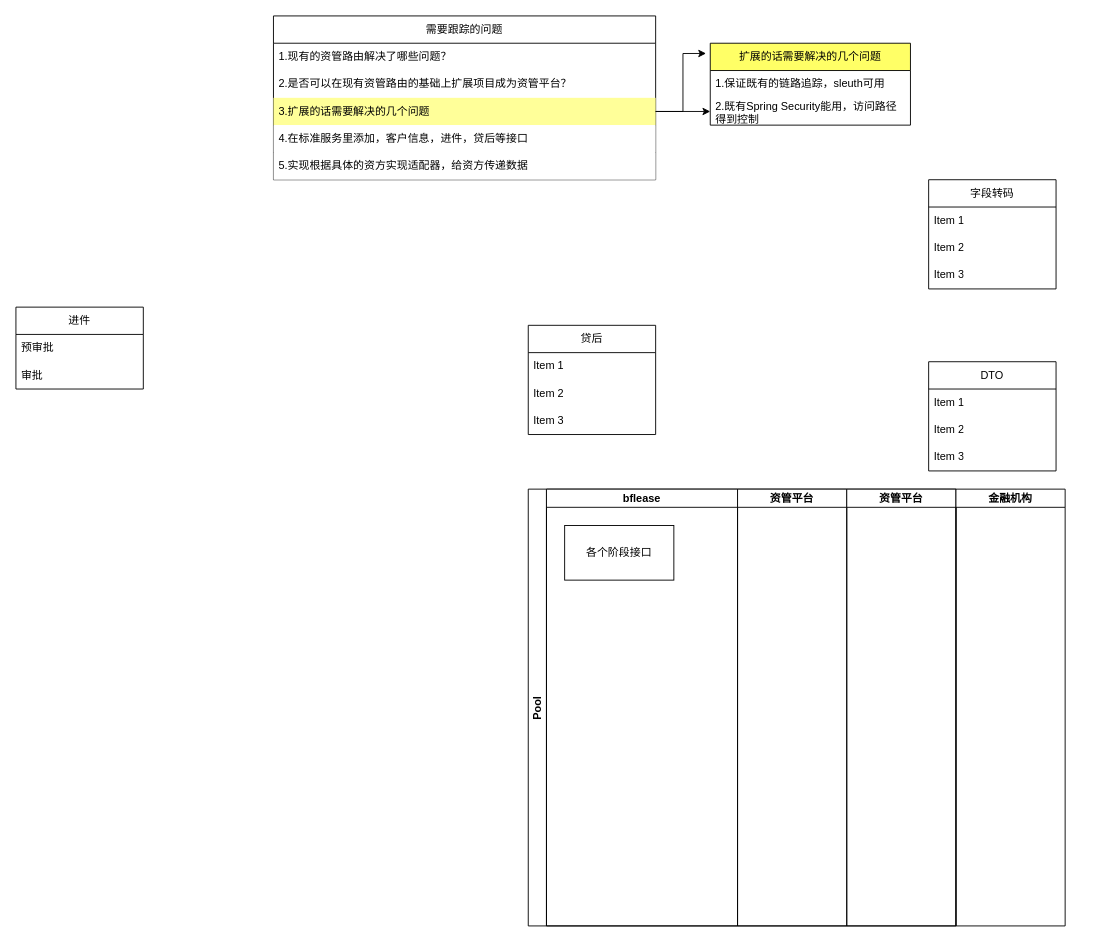
Above: 资管平台1.0.drawio in XiongZen/QJReconstitution (draw.io), before the change. Source tidied: cells renumbered, new cells numbered last; positions are measured from the earlier drawing's top-left corner, leaving out a move shared by most shapes. Both pictures are drawn from the tidied source at 91%, with x=0, y=0 at pixel (15, 15).
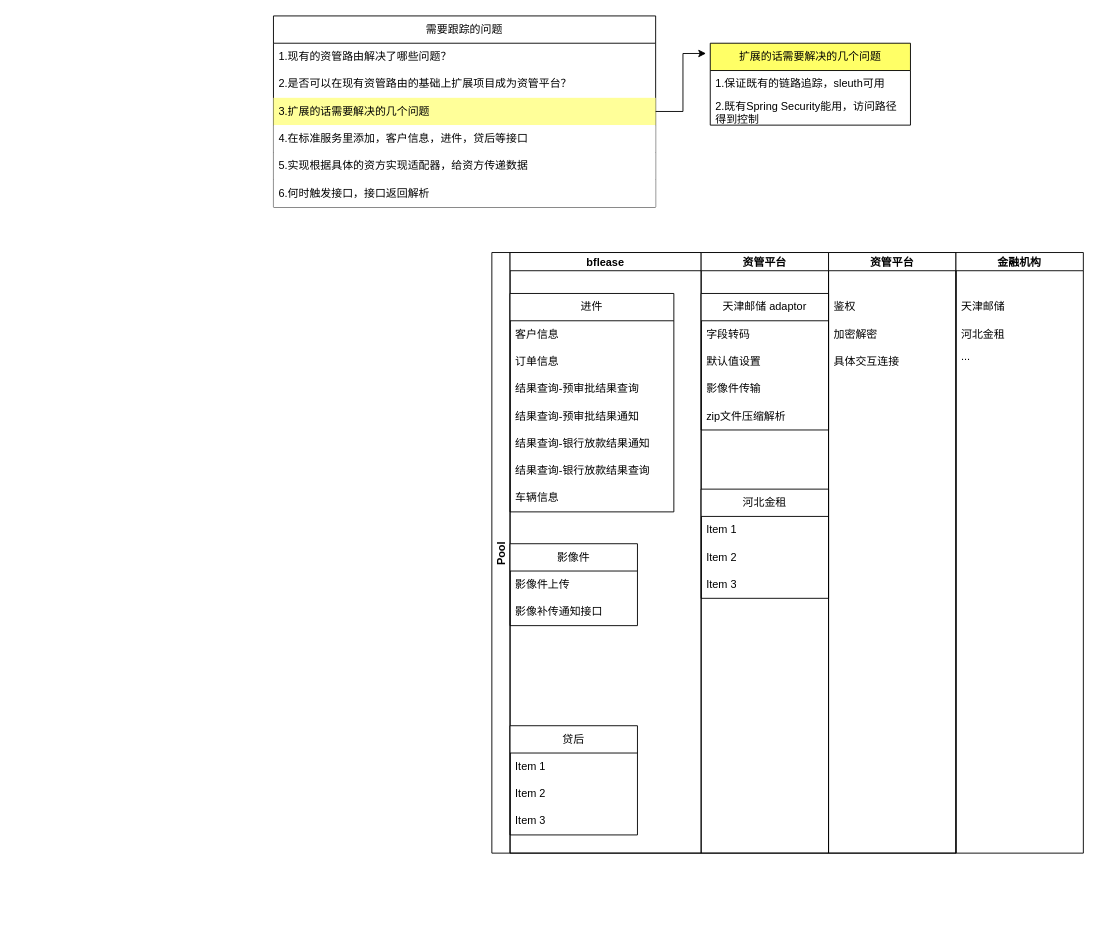
The same page after the edit.

Commit message:
更新资管平台1.0.drawio

Unchanged cells that the change refers to:
```xml
<mxCell id="26" value="3.扩展的话需要解决的几个问题" style="text;strokeColor=none;fillColor=#FFFF99;align=left;verticalAlign=middle;spacingLeft=4;spacingRight=4;overflow=hidden;points=[[0,0.5],[1,0.5]];portConstraint=eastwest;whiteSpace=wrap;html=1;" parent="23" vertex="1">
  <mxGeometry y="90" width="420" height="30" as="geometry" />
</mxCell>
<mxCell id="31" value="2.既有Spring Security能用，访问路径得到控制" style="text;strokeColor=none;fillColor=none;align=left;verticalAlign=middle;spacingLeft=4;spacingRight=4;overflow=hidden;points=[[0,0.5],[1,0.5]];portConstraint=eastwest;whiteSpace=wrap;html=1;" parent="29" vertex="1">
  <mxGeometry y="60" width="220" height="30" as="geometry" />
</mxCell>
```

What changed in the source:
```diff
@@
+    <mxCell id="17" value="Pool" style="swimlane;startSize=20;horizontal=0;" parent="1" vertex="1">
+      <mxGeometry x="523" y="260" width="510" height="660" as="geometry" />
+    </mxCell>
+    <mxCell id="18" value="bflease" style="swimlane;startSize=20;" parent="17" vertex="1">
+      <mxGeometry x="20" width="210" height="660" as="geometry" />
+    </mxCell>
-    <mxCell id="2" value="进件" style="swimlane;fontStyle=0;horizontal=1;startSize=30;whiteSpace=wrap;html=1;" parent="1" vertex="1">
-      <mxGeometry y="320" width="140" height="90" as="geometry" />
+    <mxCell id="2" value="进件" style="swimlane;fontStyle=0;horizontal=1;startSize=30;whiteSpace=wrap;html=1;" parent="18" vertex="1">
+      <mxGeometry y="45" width="180" height="240" as="geometry" />
     </mxCell>
-    <mxCell id="3" value="预审批" style="text;strokeColor=none;fillColor=none;align=left;verticalAlign=middle;spacingLeft=4;spacingRight=4;overflow=hidden;whiteSpace=wrap;html=1;" parent="2" vertex="1">
-      <mxGeometry y="30" width="140" height="30" as="geometry" />
+    <mxCell id="3" value="客户信息" style="text;strokeColor=none;fillColor=none;align=left;verticalAlign=middle;spacingLeft=4;spacingRight=4;overflow=hidden;whiteSpace=wrap;html=1;" parent="2" vertex="1">
+      <mxGeometry y="30" width="180" height="30" as="geometry" />
     </mxCell>
-    <mxCell id="4" value="审批" style="text;strokeColor=none;fillColor=none;align=left;verticalAlign=middle;spacingLeft=4;spacingRight=4;overflow=hidden;whiteSpace=wrap;html=1;" parent="2" vertex="1">
-      <mxGeometry y="60" width="140" height="30" as="geometry" />
+    <mxCell id="4" value="订单信息" style="text;strokeColor=none;fillColor=none;align=left;verticalAlign=middle;spacingLeft=4;spacingRight=4;overflow=hidden;whiteSpace=wrap;html=1;" parent="2" vertex="1">
+      <mxGeometry y="60" width="180" height="30" as="geometry" />
     </mxCell>
+    <mxCell id="34" value="结果查询-预审批结果查询" style="text;strokeColor=none;fillColor=none;align=left;verticalAlign=middle;spacingLeft=4;spacingRight=4;overflow=hidden;whiteSpace=wrap;html=1;" parent="2" vertex="1">
+      <mxGeometry y="90" width="180" height="30" as="geometry" />
+    </mxCell>
+    <mxCell id="35" value="结果查询-预审批结果通知" style="text;strokeColor=none;fillColor=none;align=left;verticalAlign=middle;spacingLeft=4;spacingRight=4;overflow=hidden;whiteSpace=wrap;html=1;" parent="2" vertex="1">
+      <mxGeometry y="120" width="180" height="30" as="geometry" />
+    </mxCell>
+    <mxCell id="36" value="结果查询-银行放款结果通知" style="text;strokeColor=none;fillColor=none;align=left;verticalAlign=middle;spacingLeft=4;spacingRight=4;overflow=hidden;whiteSpace=wrap;html=1;" parent="2" vertex="1">
+      <mxGeometry y="150" width="180" height="30" as="geometry" />
+    </mxCell>
+    <mxCell id="37" value="结果查询-银行放款结果查询" style="text;strokeColor=none;fillColor=none;align=left;verticalAlign=middle;spacingLeft=4;spacingRight=4;overflow=hidden;whiteSpace=wrap;html=1;" parent="2" vertex="1">
+      <mxGeometry y="180" width="180" height="30" as="geometry" />
+    </mxCell>
+    <mxCell id="38" value="车辆信息" style="text;strokeColor=none;fillColor=none;align=left;verticalAlign=middle;spacingLeft=4;spacingRight=4;overflow=hidden;whiteSpace=wrap;html=1;" parent="2" vertex="1">
+      <mxGeometry y="210" width="180" height="30" as="geometry" />
+    </mxCell>
-    <mxCell id="5" value="贷后" style="swimlane;fontStyle=0;horizontal=1;startSize=30;whiteSpace=wrap;html=1;" parent="1" vertex="1">
-      <mxGeometry x="563" y="340" width="140" height="120" as="geometry" />
+    <mxCell id="5" value="贷后" style="swimlane;fontStyle=0;horizontal=1;startSize=30;whiteSpace=wrap;html=1;" parent="18" vertex="1">
+      <mxGeometry y="520" width="140" height="120" as="geometry" />
     </mxCell>
@@
+    <mxCell id="39" value="影像件" style="swimlane;fontStyle=0;horizontal=1;startSize=30;whiteSpace=wrap;html=1;" parent="18" vertex="1">
+      <mxGeometry y="320" width="140" height="90" as="geometry" />
+    </mxCell>
+    <mxCell id="40" value="影像件上传" style="text;strokeColor=none;fillColor=none;align=left;verticalAlign=middle;spacingLeft=4;spacingRight=4;overflow=hidden;whiteSpace=wrap;html=1;" parent="39" vertex="1">
+      <mxGeometry y="30" width="140" height="30" as="geometry" />
+    </mxCell>
+    <mxCell id="41" value="影像补传通知接口" style="text;strokeColor=none;fillColor=none;align=left;verticalAlign=middle;spacingLeft=4;spacingRight=4;overflow=hidden;whiteSpace=wrap;html=1;" parent="39" vertex="1">
+      <mxGeometry y="60" width="140" height="30" as="geometry" />
+    </mxCell>
+    <mxCell id="20" value="资管平台" style="swimlane;startSize=20;" parent="17" vertex="1">
+      <mxGeometry x="230" width="140" height="660" as="geometry" />
+    </mxCell>
-    <mxCell id="9" value="字段转码" style="swimlane;fontStyle=0;horizontal=1;startSize=30;whiteSpace=wrap;html=1;" parent="1" vertex="1">
-      <mxGeometry x="1003" y="180" width="140" height="120" as="geometry" />
+    <mxCell id="9" value="天津邮储 adaptor" style="swimlane;fontStyle=0;horizontal=1;startSize=30;whiteSpace=wrap;html=1;" parent="20" vertex="1">
+      <mxGeometry y="45" width="140" height="150" as="geometry" />
     </mxCell>
-    <mxCell id="10" value="Item 1" style="text;strokeColor=none;fillColor=none;align=left;verticalAlign=middle;spacingLeft=4;spacingRight=4;overflow=hidden;whiteSpace=wrap;html=1;" parent="9" vertex="1">
-      <mxGeometry y="30" width="140" height="30" as="geometry" />
-    </mxCell>
-    <mxCell id="11" value="Item 2" style="text;strokeColor=none;fillColor=none;align=left;verticalAlign=middle;spacingLeft=4;spacingRight=4;overflow=hidden;whiteSpace=wrap;html=1;" parent="9" vertex="1">
-      <mxGeometry y="60" width="140" height="30" as="geometry" />
+    <mxCell id="11" value="字段转码" style="text;strokeColor=none;fillColor=none;align=left;verticalAlign=middle;spacingLeft=4;spacingRight=4;overflow=hidden;whiteSpace=wrap;html=1;" parent="9" vertex="1">
+      <mxGeometry y="30" width="140" height="30" as="geometry" />
     </mxCell>
+    <mxCell id="42" value="默认值设置" style="text;strokeColor=none;fillColor=none;align=left;verticalAlign=middle;spacingLeft=4;spacingRight=4;overflow=hidden;whiteSpace=wrap;html=1;" parent="9" vertex="1">
+      <mxGeometry y="60" width="140" height="30" as="geometry" />
+    </mxCell>
+    <mxCell id="43" value="影像件传输" style="text;strokeColor=none;fillColor=none;align=left;verticalAlign=middle;spacingLeft=4;spacingRight=4;overflow=hidden;whiteSpace=wrap;html=1;" parent="9" vertex="1">
+      <mxGeometry y="90" width="140" height="30" as="geometry" />
+    </mxCell>
-    <mxCell id="12" value="Item 3" style="text;strokeColor=none;fillColor=none;align=left;verticalAlign=middle;spacingLeft=4;spacingRight=4;overflow=hidden;whiteSpace=wrap;html=1;" parent="9" vertex="1">
-      <mxGeometry y="90" width="140" height="30" as="geometry" />
+    <mxCell id="12" value="zip文件压缩解析" style="text;strokeColor=none;fillColor=none;align=left;verticalAlign=middle;spacingLeft=4;spacingRight=4;overflow=hidden;whiteSpace=wrap;html=1;" parent="9" vertex="1">
+      <mxGeometry y="120" width="140" height="30" as="geometry" />
     </mxCell>
-    <mxCell id="13" value="DTO" style="swimlane;fontStyle=0;horizontal=1;startSize=30;whiteSpace=wrap;html=1;" parent="1" vertex="1">
-      <mxGeometry x="1003" y="380" width="140" height="120" as="geometry" />
+    <mxCell id="13" value="河北金租" style="swimlane;fontStyle=0;horizontal=1;startSize=30;whiteSpace=wrap;html=1;" parent="20" vertex="1">
+      <mxGeometry y="260" width="140" height="120" as="geometry" />
     </mxCell>
@@
-    <mxCell id="17" value="Pool" style="swimlane;startSize=20;horizontal=0;" parent="1" vertex="1">
-      <mxGeometry x="563" y="520" width="470" height="480" as="geometry" />
-    </mxCell>
-    <mxCell id="18" value="bflease" style="swimlane;startSize=20;" parent="17" vertex="1">
-      <mxGeometry x="20" width="210" height="480" as="geometry" />
-    </mxCell>
-    <mxCell id="19" value="各个阶段接口" style="whiteSpace=wrap;html=1;" parent="18" vertex="1">
-      <mxGeometry x="20" y="40" width="120" height="60" as="geometry" />
-    </mxCell>
-    <mxCell id="20" value="资管平台" style="swimlane;startSize=20;" parent="17" vertex="1">
-      <mxGeometry x="230" width="120" height="480" as="geometry" />
-    </mxCell>
     <mxCell id="21" value="资管平台" style="swimlane;startSize=20;" parent="17" vertex="1">
-      <mxGeometry x="350" width="120" height="480" as="geometry" />
+      <mxGeometry x="370" width="140" height="660" as="geometry" />
     </mxCell>
+    <mxCell id="10" value="鉴权" style="text;strokeColor=none;fillColor=none;align=left;verticalAlign=middle;spacingLeft=4;spacingRight=4;overflow=hidden;whiteSpace=wrap;html=1;" parent="21" vertex="1">
+      <mxGeometry y="45" width="140" height="30" as="geometry" />
+    </mxCell>
+    <mxCell id="44" value="加密解密" style="text;strokeColor=none;fillColor=none;align=left;verticalAlign=middle;spacingLeft=4;spacingRight=4;overflow=hidden;whiteSpace=wrap;html=1;" parent="21" vertex="1">
+      <mxGeometry y="75" width="140" height="30" as="geometry" />
+    </mxCell>
+    <mxCell id="45" value="具体交互连接" style="text;strokeColor=none;fillColor=none;align=left;verticalAlign=middle;spacingLeft=4;spacingRight=4;overflow=hidden;whiteSpace=wrap;html=1;" parent="21" vertex="1">
+      <mxGeometry y="105" width="140" height="30" as="geometry" />
+    </mxCell>
     <mxCell id="22" value="金融机构" style="swimlane;startSize=20;" parent="1" vertex="1">
-      <mxGeometry x="1033" y="520" width="120" height="480" as="geometry" />
+      <mxGeometry x="1033" y="260" width="140" height="660" as="geometry" />
     </mxCell>
+    <mxCell id="46" value="天津邮储" style="text;strokeColor=none;fillColor=none;align=left;verticalAlign=middle;spacingLeft=4;spacingRight=4;overflow=hidden;whiteSpace=wrap;html=1;" parent="22" vertex="1">
+      <mxGeometry y="45" width="140" height="30" as="geometry" />
+    </mxCell>
+    <mxCell id="47" value="河北金租" style="text;strokeColor=none;fillColor=none;align=left;verticalAlign=middle;spacingLeft=4;spacingRight=4;overflow=hidden;whiteSpace=wrap;html=1;" parent="22" vertex="1">
+      <mxGeometry y="75" width="140" height="30" as="geometry" />
+    </mxCell>
+    <mxCell id="48" value="..." style="text;strokeColor=none;fillColor=none;align=left;verticalAlign=middle;spacingLeft=4;spacingRight=4;overflow=hidden;whiteSpace=wrap;html=1;" parent="22" vertex="1">
+      <mxGeometry y="100" width="140" height="30" as="geometry" />
+    </mxCell>
     <mxCell id="23" value="需要跟踪的问题" style="swimlane;fontStyle=0;horizontal=1;startSize=30;whiteSpace=wrap;html=1;" parent="1" vertex="1">
-      <mxGeometry x="283" width="420" height="180" as="geometry" />
+      <mxGeometry x="283" width="420" height="210" as="geometry" />
     </mxCell>
@@
+    <mxCell id="49" value="6.何时触发接口，接口返回解析" style="text;strokeColor=none;fillColor=#FFFFFF;align=left;verticalAlign=middle;spacingLeft=4;spacingRight=4;overflow=hidden;whiteSpace=wrap;html=1;" parent="23" vertex="1">
+      <mxGeometry y="180" width="420" height="30" as="geometry" />
+    </mxCell>
@@
-    <mxCell id="33" style="edgeStyle=orthogonalEdgeStyle;rounded=0;jettySize=auto;html=1;" parent="1" edge="1" source="26" target="31">
-      <mxGeometry relative="1" as="geometry" />
-    </mxCell>
```
